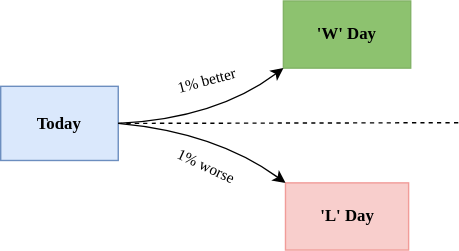
datkumar/my-diagrams keeps this draw.io diagram as Today_decision.drawio.svg. Above is the earlier version. Source tidied: cells renumbered, new cells last; positions are measured from the earlier drawing's top-left corner, leaving out a move shared by most shapes.
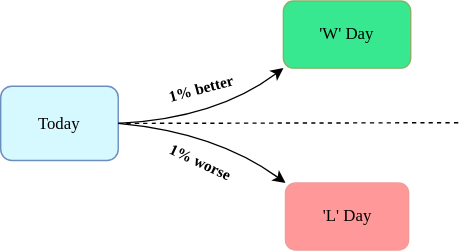
Above is the later version.

Diff of the diagram source:
```diff
@@ -2,39 +2,39 @@
   <root>
     <mxCell id="0" />
     <mxCell id="1" parent="0" />
-    <mxCell id="2" value="Today" style="rounded=0;whiteSpace=wrap;html=1;fillColor=#dae8fc;strokeColor=#6c8ebf;fontFamily=Poppins;fontStyle=1;fontSource=https%3A%2F%2Ffonts.googleapis.com%2Fcss%3Ffamily%3DPoppins;" parent="1" vertex="1">
+    <mxCell id="2" value="Today" style="rounded=1;whiteSpace=wrap;html=1;fillColor=#D6F8FF;strokeColor=#6c8ebf;fontFamily=Rubik;fontStyle=0;fontSource=https%3A%2F%2Ffonts.googleapis.com%2Fcss%3Ffamily%3DRubik;shadow=0;glass=0;" parent="1" vertex="1">
       <mxGeometry y="61" width="84" height="53" as="geometry" />
     </mxCell>
-    <mxCell id="3" value="'W' Day" style="whiteSpace=wrap;html=1;fillColor=#8DC26F;strokeColor=#82b366;fontFamily=Poppins;fontStyle=1;fontSource=https%3A%2F%2Ffonts.googleapis.com%2Fcss%3Ffamily%3DPoppins;" parent="1" vertex="1">
+    <mxCell id="3" value="'W' Day" style="whiteSpace=wrap;html=1;fillColor=#38E890;strokeColor=#82b366;fontFamily=Rubik;fontStyle=0;fontSource=https%3A%2F%2Ffonts.googleapis.com%2Fcss%3Ffamily%3DRubik;rounded=1;shadow=0;glass=0;" parent="1" vertex="1">
       <mxGeometry x="202" width="91" height="48" as="geometry" />
     </mxCell>
-    <mxCell id="4" value="'L' Day" style="whiteSpace=wrap;html=1;fillColor=#f8cecc;strokeColor=#F19C99;fontFamily=Poppins;fontStyle=1;fontSource=https%3A%2F%2Ffonts.googleapis.com%2Fcss%3Ffamily%3DPoppins;" parent="1" vertex="1">
+    <mxCell id="4" value="'L' Day" style="whiteSpace=wrap;html=1;fillColor=#FF9999;strokeColor=#F19C99;fontFamily=Rubik;fontStyle=0;fontSource=https%3A%2F%2Ffonts.googleapis.com%2Fcss%3Ffamily%3DRubik;rounded=1;shadow=0;glass=0;" parent="1" vertex="1">
       <mxGeometry x="203.5" y="130" width="88" height="48" as="geometry" />
     </mxCell>
-    <mxCell id="5" style="endArrow=classic;html=1;exitX=1;exitY=0.5;exitDx=0;exitDy=0;entryX=0;entryY=1;entryDx=0;entryDy=0;curved=1;fontFamily=Poppins;fontStyle=1;fontSource=https%3A%2F%2Ffonts.googleapis.com%2Fcss%3Ffamily%3DPoppins;" parent="1" edge="1" source="2" target="3">
+    <mxCell id="5" style="endArrow=classic;html=1;exitX=1;exitY=0.5;exitDx=0;exitDy=0;entryX=0;entryY=1;entryDx=0;entryDy=0;curved=1;fontFamily=Rubik;fontStyle=1;fontSource=https%3A%2F%2Ffonts.googleapis.com%2Fcss%3Ffamily%3DRubik;" parent="1" edge="1" source="2" target="3">
       <mxGeometry relative="1" as="geometry">
         <Array as="points">
           <mxPoint x="154" y="84" />
         </Array>
       </mxGeometry>
     </mxCell>
-    <mxCell id="6" style="endArrow=classic;html=1;entryX=0;entryY=0;entryDx=0;entryDy=0;exitX=1;exitY=0.5;exitDx=0;exitDy=0;curved=1;fontFamily=Poppins;fontStyle=1;fontSource=https%3A%2F%2Ffonts.googleapis.com%2Fcss%3Ffamily%3DPoppins;" parent="1" edge="1" source="2" target="4">
+    <mxCell id="6" style="endArrow=classic;html=1;entryX=0;entryY=0;entryDx=0;entryDy=0;exitX=1;exitY=0.5;exitDx=0;exitDy=0;curved=1;fontFamily=Rubik;fontStyle=1;fontSource=https%3A%2F%2Ffonts.googleapis.com%2Fcss%3Ffamily%3DRubik;" parent="1" edge="1" source="2" target="4">
       <mxGeometry relative="1" as="geometry">
         <Array as="points">
           <mxPoint x="154" y="94" />
         </Array>
       </mxGeometry>
     </mxCell>
-    <mxCell id="7" style="endArrow=none;dashed=1;html=1;rounded=1;labelBackgroundColor=default;strokeColor=default;fontFamily=Poppins;fontSize=11;fontColor=default;shape=connector;curved=1;fontStyle=1;fontSource=https%3A%2F%2Ffonts.googleapis.com%2Fcss%3Ffamily%3DPoppins;exitX=1;exitY=0.5;exitDx=0;exitDy=0;" parent="1" edge="1" source="2">
+    <mxCell id="7" style="endArrow=none;dashed=1;html=1;rounded=1;labelBackgroundColor=default;strokeColor=default;fontFamily=Rubik;fontSize=11;fontColor=default;shape=connector;curved=1;fontStyle=1;fontSource=https%3A%2F%2Ffonts.googleapis.com%2Fcss%3Ffamily%3DRubik;exitX=1;exitY=0.5;exitDx=0;exitDy=0;" parent="1" edge="1" source="2">
       <mxGeometry relative="1" as="geometry">
         <mxPoint x="327" y="87" as="targetPoint" />
       </mxGeometry>
     </mxCell>
-    <mxCell id="8" value="&lt;font&gt;1% better&lt;/font&gt;" style="text;html=1;align=center;verticalAlign=middle;strokeColor=none;fillColor=none;fontSize=11;fontFamily=Poppins;fontColor=default;rotation=-15;fontStyle=0;fontSource=https%3A%2F%2Ffonts.googleapis.com%2Fcss%3Ffamily%3DPoppins;" parent="1" vertex="1">
-      <mxGeometry x="114" y="44" width="66" height="25" as="geometry" />
+    <mxCell id="8" value="&lt;font&gt;1% better&lt;/font&gt;" style="text;html=1;align=center;verticalAlign=middle;strokeColor=none;fillColor=none;fontSize=11;fontFamily=Rubik;fontColor=default;rotation=-15;fontStyle=1;fontSource=https%3A%2F%2Ffonts.googleapis.com%2Fcss%3Ffamily%3DRubik;" parent="1" vertex="1">
+      <mxGeometry x="109" y="50" width="67" height="25" as="geometry" />
     </mxCell>
-    <mxCell id="9" value="&lt;font&gt;1% worse&lt;/font&gt;" style="text;html=1;align=center;verticalAlign=middle;strokeColor=none;fillColor=none;fontSize=11;fontFamily=Poppins;fontColor=default;rotation=25;fontStyle=0;fontSource=https%3A%2F%2Ffonts.googleapis.com%2Fcss%3Ffamily%3DPoppins;" parent="1" vertex="1">
-      <mxGeometry x="114" y="105" width="66" height="25" as="geometry" />
+    <mxCell id="9" value="&lt;b&gt;&lt;font&gt;1% worse&lt;/font&gt;&lt;/b&gt;" style="text;html=1;align=center;verticalAlign=middle;strokeColor=none;fillColor=none;fontSize=11;fontFamily=Rubik;fontColor=default;rotation=25;fontStyle=0;fontSource=https%3A%2F%2Ffonts.googleapis.com%2Fcss%3Ffamily%3DRubik;" parent="1" vertex="1">
+      <mxGeometry x="109" y="102" width="67" height="25" as="geometry" />
     </mxCell>
   </root>
 </mxGraphModel>
```
